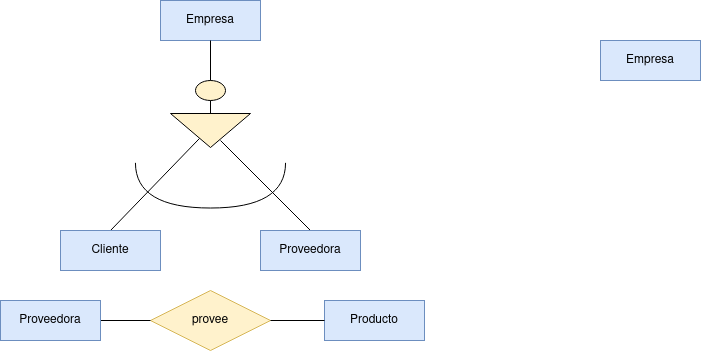
Earlier version of the draw.io export Unidad-1/Tareas/Tarea_Entregable-4/Diagrama Tarea Entregable 4.drawio.png (RafaelMayor/base-datos). Source tidied: cells renumbered, new cells last; positions are measured from the earlier drawing's top-left corner, leaving out a move shared by most shapes.
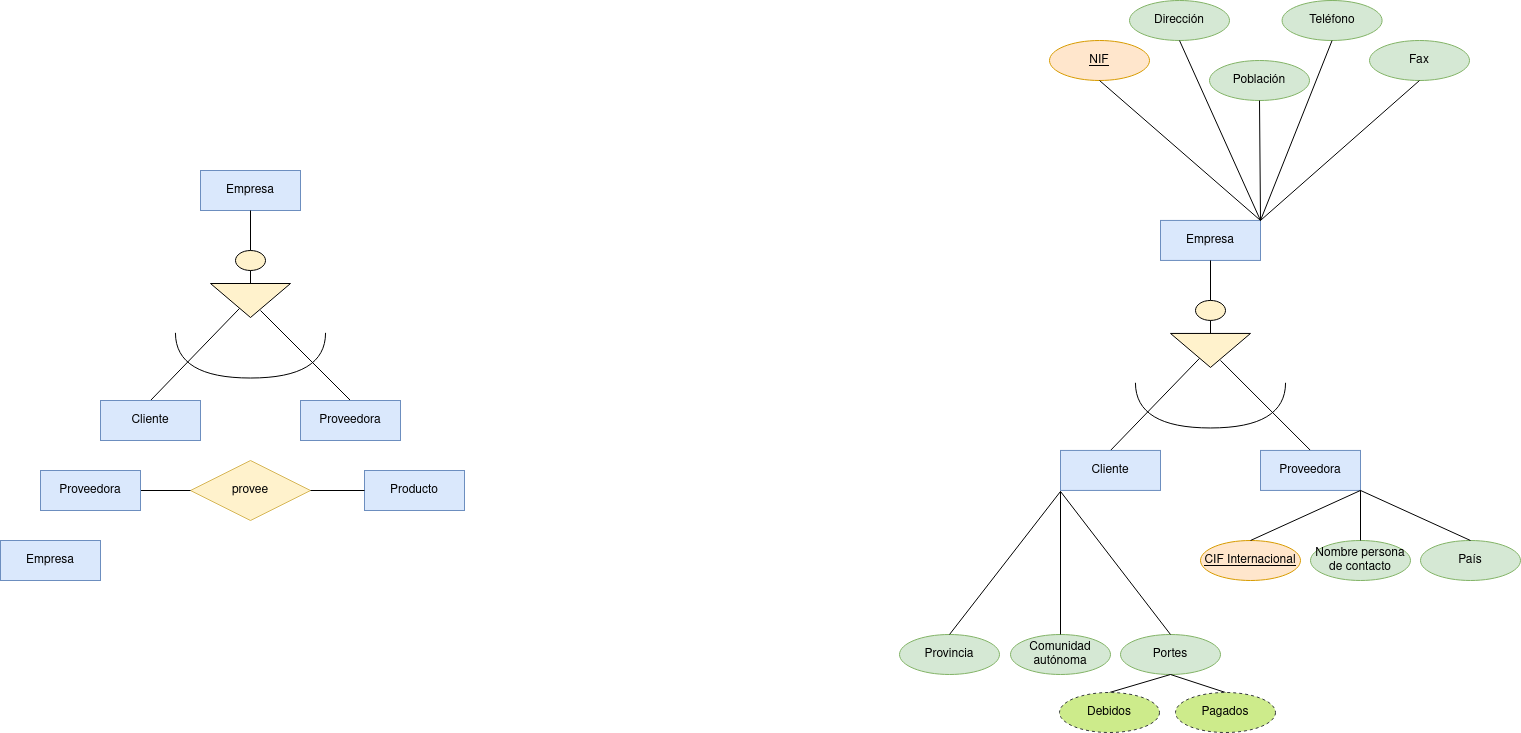
The same diagram one commit later.

Change to the diagram source:
```diff
@@ -9,7 +9,7 @@
       <mxGeometry x="324" y="300" width="100" height="40" as="geometry" />
     </mxCell>
     <mxCell id="4" value="Empresa" style="whiteSpace=wrap;html=1;align=center;fillColor=#dae8fc;strokeColor=#6c8ebf;" parent="1" vertex="1">
-      <mxGeometry x="600" y="40" width="100" height="40" as="geometry" />
+      <mxGeometry x="-40" y="370" width="100" height="40" as="geometry" />
     </mxCell>
     <mxCell id="5" style="ellipse;whiteSpace=wrap;html=1;fillColor=#fff2cc;strokeColor=#000000;" parent="1" vertex="1">
       <mxGeometry x="195" y="80" width="30" height="20" as="geometry" />
@@ -50,5 +50,119 @@
     <mxCell id="17" value="Proveedora" style="whiteSpace=wrap;html=1;align=center;fillColor=#dae8fc;strokeColor=#6c8ebf;" parent="1" vertex="1">
       <mxGeometry y="300" width="100" height="40" as="geometry" />
     </mxCell>
+    <mxCell id="18" value="Empresa" style="whiteSpace=wrap;html=1;align=center;fillColor=#dae8fc;strokeColor=#6c8ebf;" parent="1" vertex="1">
+      <mxGeometry x="1120" y="49.9" width="100" height="40" as="geometry" />
+    </mxCell>
+    <mxCell id="19" style="ellipse;whiteSpace=wrap;html=1;fillColor=#fff2cc;strokeColor=#000000;" parent="1" vertex="1">
+      <mxGeometry x="1155" y="129.9" width="30" height="20" as="geometry" />
+    </mxCell>
+    <mxCell id="20" style="triangle;whiteSpace=wrap;html=1;rotation=90;fillColor=#fff2cc;strokeColor=#000000;" parent="1" vertex="1">
+      <mxGeometry x="1153" y="139.9" width="34" height="80" as="geometry" />
+    </mxCell>
+    <mxCell id="21" style="shape=requiredInterface;html=1;verticalLabelPosition=bottom;sketch=0;rotation=90;" parent="1" vertex="1">
+      <mxGeometry x="1147.4" y="159.8" width="45.2" height="150.1" as="geometry" />
+    </mxCell>
+    <mxCell id="22" style="endArrow=none;html=1;rounded=0;entryX=0.735;entryY=0.638;entryDx=0;entryDy=0;entryPerimeter=0;exitX=0.5;exitY=0;exitDx=0;exitDy=0;" parent="1" edge="1" source="27" target="20">
+      <mxGeometry relative="1" as="geometry" />
+    </mxCell>
+    <mxCell id="23" style="endArrow=none;html=1;rounded=0;entryX=0.794;entryY=0.375;entryDx=0;entryDy=0;entryPerimeter=0;exitX=0.5;exitY=0;exitDx=0;exitDy=0;" parent="1" edge="1" source="26" target="20">
+      <mxGeometry relative="1" as="geometry" />
+    </mxCell>
+    <mxCell id="24" style="endArrow=none;html=1;rounded=0;entryX=0.5;entryY=1;entryDx=0;entryDy=0;exitX=0.5;exitY=0;exitDx=0;exitDy=0;" parent="1" edge="1" source="19" target="18">
+      <mxGeometry relative="1" as="geometry" />
+    </mxCell>
+    <mxCell id="25" style="endArrow=none;html=1;rounded=0;entryX=0.5;entryY=1;entryDx=0;entryDy=0;exitX=0;exitY=0.5;exitDx=0;exitDy=0;" parent="1" edge="1" source="20" target="19">
+      <mxGeometry relative="1" as="geometry" />
+    </mxCell>
+    <mxCell id="26" value="Proveedora" style="whiteSpace=wrap;html=1;align=center;fillColor=#dae8fc;strokeColor=#6c8ebf;" parent="1" vertex="1">
+      <mxGeometry x="1220" y="279.9" width="100" height="40" as="geometry" />
+    </mxCell>
+    <mxCell id="27" value="Cliente" style="whiteSpace=wrap;html=1;align=center;fillColor=#dae8fc;strokeColor=#6c8ebf;" parent="1" vertex="1">
+      <mxGeometry x="1020" y="279.9" width="100" height="40" as="geometry" />
+    </mxCell>
+    <mxCell id="28" value="NIF" style="ellipse;whiteSpace=wrap;html=1;align=center;fontStyle=4;fillColor=#ffe6cc;strokeColor=#d79b00;" parent="1" vertex="1">
+      <mxGeometry x="1009" y="-130" width="100" height="40" as="geometry" />
+    </mxCell>
+    <mxCell id="29" value="Dirección" style="ellipse;whiteSpace=wrap;html=1;align=center;fillColor=#d5e8d4;strokeColor=#82b366;" parent="1" vertex="1">
+      <mxGeometry x="1089" y="-170" width="100" height="40" as="geometry" />
+    </mxCell>
+    <mxCell id="30" value="Población" style="ellipse;whiteSpace=wrap;html=1;align=center;fillColor=#d5e8d4;strokeColor=#82b366;" parent="1" vertex="1">
+      <mxGeometry x="1169" y="-110" width="100" height="40" as="geometry" />
+    </mxCell>
+    <mxCell id="31" value="Teléfono" style="ellipse;whiteSpace=wrap;html=1;align=center;fillColor=#d5e8d4;strokeColor=#82b366;" parent="1" vertex="1">
+      <mxGeometry x="1241.6" y="-170" width="100" height="40" as="geometry" />
+    </mxCell>
+    <mxCell id="32" value="Fax" style="ellipse;whiteSpace=wrap;html=1;align=center;fillColor=#d5e8d4;strokeColor=#82b366;" parent="1" vertex="1">
+      <mxGeometry x="1329" y="-130" width="100" height="40" as="geometry" />
+    </mxCell>
+    <mxCell id="33" style="endArrow=none;html=1;rounded=0;exitX=0.5;exitY=1;exitDx=0;exitDy=0;entryX=1;entryY=0;entryDx=0;entryDy=0;" parent="1" edge="1" source="32" target="18">
+      <mxGeometry relative="1" as="geometry" />
+    </mxCell>
+    <mxCell id="34" style="endArrow=none;html=1;rounded=0;entryX=0.5;entryY=1;entryDx=0;entryDy=0;exitX=1;exitY=0;exitDx=0;exitDy=0;" parent="1" edge="1" source="18" target="31">
+      <mxGeometry relative="1" as="geometry" />
+    </mxCell>
+    <mxCell id="35" style="endArrow=none;html=1;rounded=0;exitX=0.5;exitY=1;exitDx=0;exitDy=0;entryX=1;entryY=0;entryDx=0;entryDy=0;" parent="1" edge="1" source="29" target="18">
+      <mxGeometry relative="1" as="geometry" />
+    </mxCell>
+    <mxCell id="36" style="endArrow=none;html=1;rounded=0;exitX=0.5;exitY=1;exitDx=0;exitDy=0;entryX=1;entryY=0;entryDx=0;entryDy=0;" parent="1" edge="1" source="30" target="18">
+      <mxGeometry relative="1" as="geometry" />
+    </mxCell>
+    <mxCell id="37" style="endArrow=none;html=1;rounded=0;entryX=0.5;entryY=1;entryDx=0;entryDy=0;exitX=1;exitY=0;exitDx=0;exitDy=0;" parent="1" edge="1" source="18" target="28">
+      <mxGeometry relative="1" as="geometry" />
+    </mxCell>
+    <mxCell id="38" value="Provincia" style="ellipse;whiteSpace=wrap;html=1;align=center;fillColor=#d5e8d4;strokeColor=#82b366;" parent="1" vertex="1">
+      <mxGeometry x="859" y="464" width="100" height="40" as="geometry" />
+    </mxCell>
+    <mxCell id="39" value="Comunidad autónoma" style="ellipse;whiteSpace=wrap;html=1;align=center;fillColor=#d5e8d4;strokeColor=#82b366;" parent="1" vertex="1">
+      <mxGeometry x="970" y="464" width="100" height="40" as="geometry" />
+    </mxCell>
+    <mxCell id="40" value="Portes" style="ellipse;whiteSpace=wrap;html=1;align=center;fillColor=#d5e8d4;strokeColor=#82b366;" parent="1" vertex="1">
+      <mxGeometry x="1080" y="464" width="100" height="40" as="geometry" />
+    </mxCell>
+    <mxCell id="41" style="endArrow=none;html=1;rounded=0;entryX=0.5;entryY=1;entryDx=0;entryDy=0;exitX=0.5;exitY=0;exitDx=0;exitDy=0;" parent="1" edge="1" source="47" target="40">
+      <mxGeometry relative="1" as="geometry" />
+    </mxCell>
+    <mxCell id="42" style="endArrow=none;html=1;rounded=0;entryX=0.5;entryY=1;entryDx=0;entryDy=0;exitX=0.5;exitY=0;exitDx=0;exitDy=0;" parent="1" edge="1" source="46" target="40">
+      <mxGeometry relative="1" as="geometry" />
+    </mxCell>
+    <mxCell id="43" style="endArrow=none;html=1;rounded=0;entryX=0;entryY=1;entryDx=0;entryDy=0;exitX=0.5;exitY=0;exitDx=0;exitDy=0;" parent="1" edge="1" source="38">
+      <mxGeometry relative="1" as="geometry">
+        <mxPoint x="1020" y="320.9" as="targetPoint" />
+      </mxGeometry>
+    </mxCell>
+    <mxCell id="44" style="endArrow=none;html=1;rounded=0;entryX=0;entryY=1;entryDx=0;entryDy=0;exitX=0.5;exitY=0;exitDx=0;exitDy=0;" parent="1" edge="1" source="39">
+      <mxGeometry relative="1" as="geometry">
+        <mxPoint x="1020" y="320.9" as="targetPoint" />
+      </mxGeometry>
+    </mxCell>
+    <mxCell id="45" style="endArrow=none;html=1;rounded=0;entryX=0;entryY=1;entryDx=0;entryDy=0;exitX=0.5;exitY=0;exitDx=0;exitDy=0;" parent="1" edge="1" source="40">
+      <mxGeometry relative="1" as="geometry">
+        <mxPoint x="1020" y="320.9" as="targetPoint" />
+      </mxGeometry>
+    </mxCell>
+    <mxCell id="46" value="Pagados" style="ellipse;whiteSpace=wrap;html=1;align=center;dashed=1;fillColor=#cdeb8b;strokeColor=#36393d;" parent="1" vertex="1">
+      <mxGeometry x="1135" y="522" width="100" height="40" as="geometry" />
+    </mxCell>
+    <mxCell id="47" value="Debidos" style="ellipse;whiteSpace=wrap;html=1;align=center;dashed=1;fillColor=#cdeb8b;strokeColor=#36393d;" parent="1" vertex="1">
+      <mxGeometry x="1019" y="522" width="100" height="40" as="geometry" />
+    </mxCell>
+    <mxCell id="48" value="Nombre persona de contacto" style="ellipse;whiteSpace=wrap;html=1;align=center;fillColor=#d5e8d4;strokeColor=#82b366;" parent="1" vertex="1">
+      <mxGeometry x="1270" y="370" width="100" height="40" as="geometry" />
+    </mxCell>
+    <mxCell id="49" value="País" style="ellipse;whiteSpace=wrap;html=1;align=center;fillColor=#d5e8d4;strokeColor=#82b366;" parent="1" vertex="1">
+      <mxGeometry x="1380" y="370" width="100" height="40" as="geometry" />
+    </mxCell>
+    <mxCell id="50" value="CIF Internacional" style="ellipse;whiteSpace=wrap;html=1;align=center;fontStyle=4;fillColor=#ffe6cc;strokeColor=#d79b00;" parent="1" vertex="1">
+      <mxGeometry x="1160" y="370" width="100" height="40" as="geometry" />
+    </mxCell>
+    <mxCell id="51" style="endArrow=none;html=1;rounded=0;entryX=1;entryY=1;entryDx=0;entryDy=0;exitX=0.5;exitY=0;exitDx=0;exitDy=0;" parent="1" edge="1" source="49" target="26">
+      <mxGeometry relative="1" as="geometry" />
+    </mxCell>
+    <mxCell id="52" style="endArrow=none;html=1;rounded=0;exitX=0.5;exitY=0;exitDx=0;exitDy=0;entryX=1;entryY=1;entryDx=0;entryDy=0;" parent="1" edge="1" source="50" target="26">
+      <mxGeometry relative="1" as="geometry" />
+    </mxCell>
+    <mxCell id="53" style="endArrow=none;html=1;rounded=0;entryX=0.5;entryY=0;entryDx=0;entryDy=0;exitX=1;exitY=1;exitDx=0;exitDy=0;" parent="1" edge="1" source="26" target="48">
+      <mxGeometry relative="1" as="geometry" />
+    </mxCell>
   </root>
 </mxGraphModel>
```
